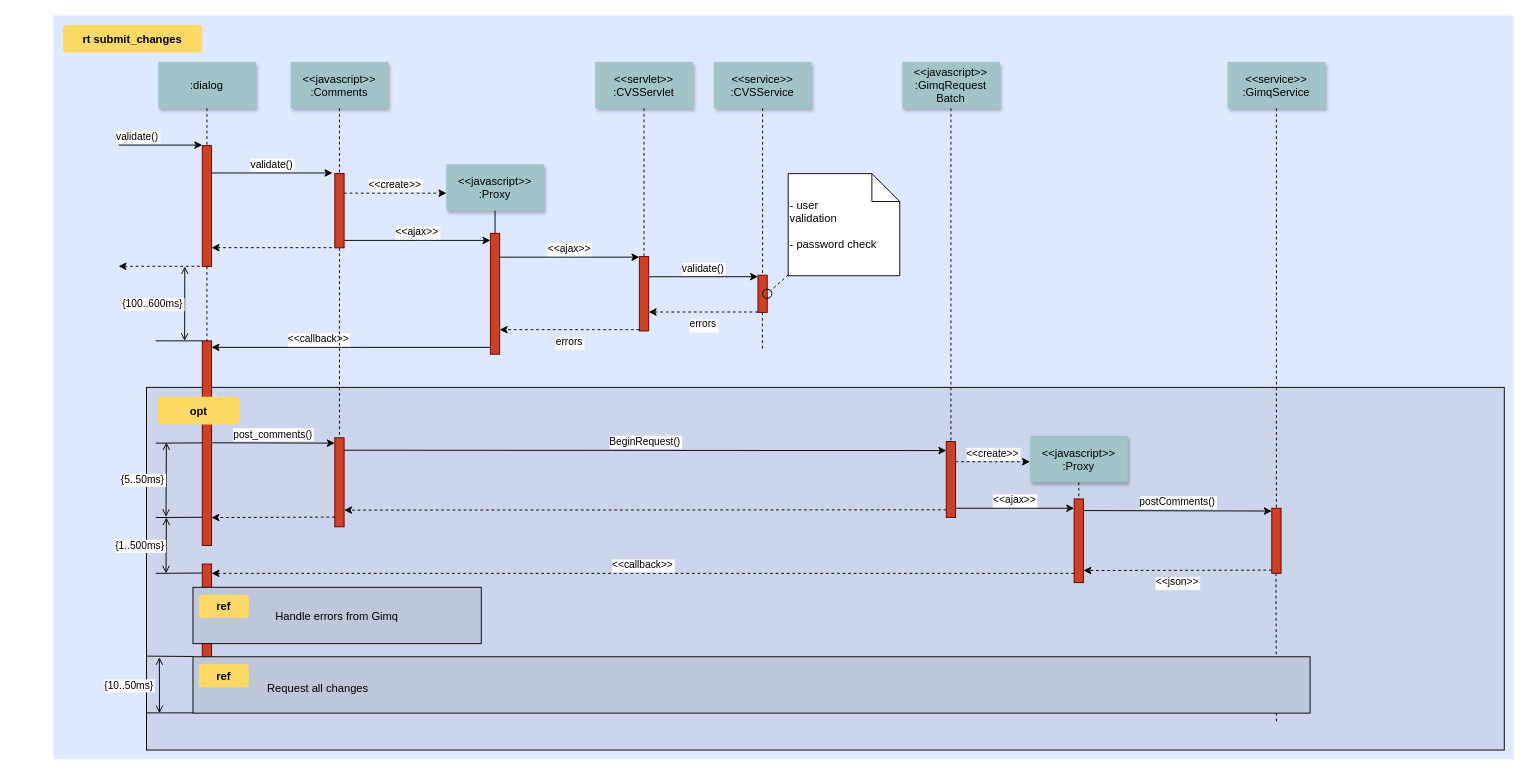
The draw.io diagram Cree.drawio in Sinclair-boop/admin_django, before the edit. Source tidied: cells renumbered, new cells numbered last; positions are measured from the earlier drawing's top-left corner, leaving out a move shared by most shapes. Both pictures are drawn from the tidied source at 93%, with x=0, y=0 at pixel (53, 15).
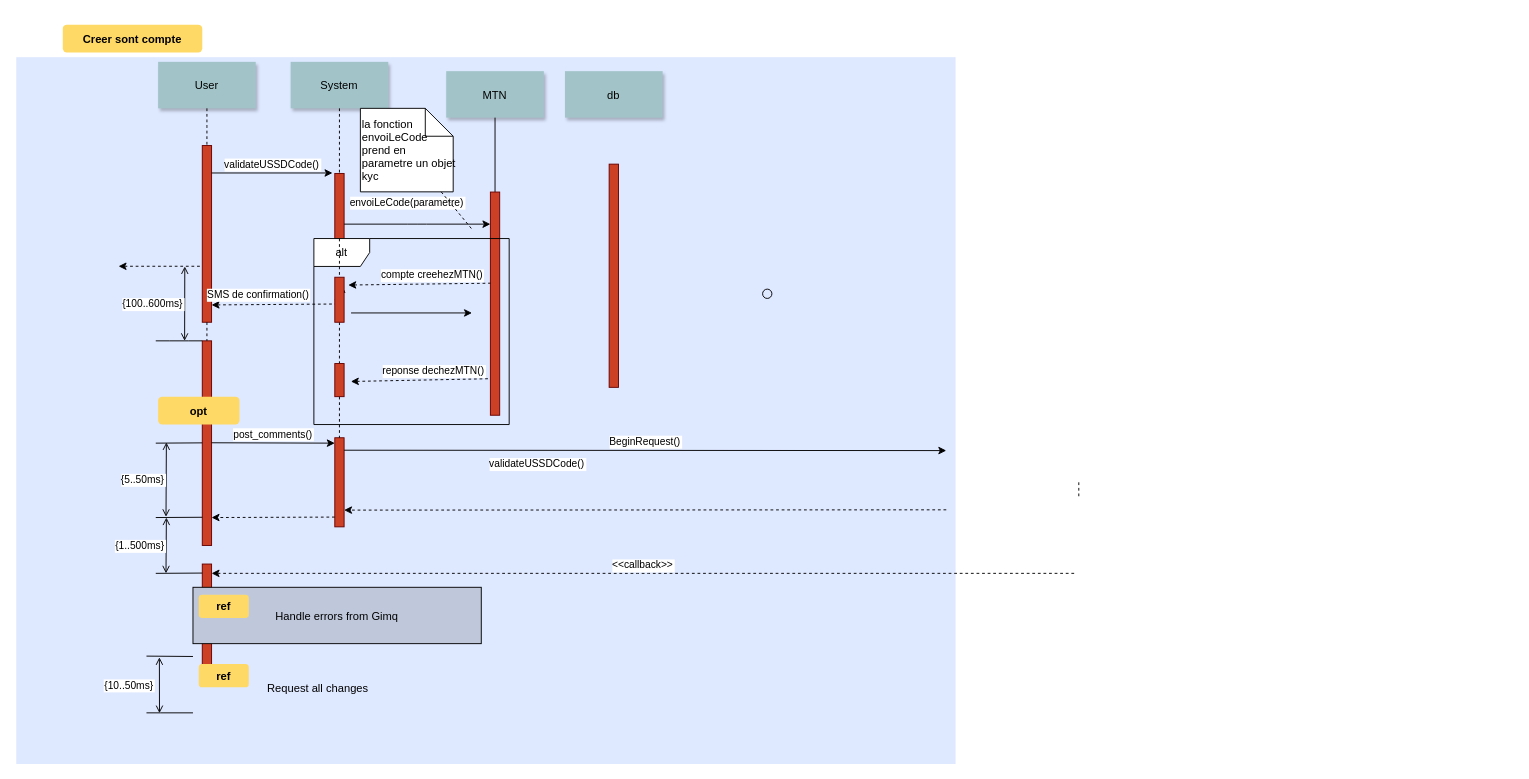
The same diagram, later.

The change refers to these unchanged cells:
```xml
<mxCell id="32" style="ellipse;fillColor=none;" parent="1" vertex="1">
  <mxGeometry x="762.5" y="294.4" width="10" height="10" as="geometry" />
</mxCell>
<mxCell id="35" style="fillColor=#CC4125;strokeColor=#660000;" parent="1" vertex="1">
  <mxGeometry x="160" y="350" width="10" height="220" as="geometry" />
</mxCell>
<mxCell id="40" style="fillColor=#CC4125;strokeColor=#660000;" parent="1" vertex="1">
  <mxGeometry x="302.5" y="454.2" width="10" height="95.8" as="geometry" />
</mxCell>
<mxCell id="57" style="fillColor=#CC4125;strokeColor=#660000;" parent="1" vertex="1">
  <mxGeometry x="160" y="590" width="10" height="130" as="geometry" />
</mxCell>
```

The edit, as a diff of the source:
```diff
@@
     <mxCell id="2" style="fillColor=#DEE8FF;strokeColor=none;" parent="1" vertex="1">
-      <mxGeometry width="1570" height="800" as="geometry" />
+      <mxGeometry x="-40" y="45" width="1010" height="760" as="geometry" />
     </mxCell>
-    <mxCell id="3" style="fillColor=#CCD5EB;" parent="1" vertex="1">
-      <mxGeometry x="100" y="400" width="1460" height="390" as="geometry" />
-    </mxCell>
-    <mxCell id="4" style="edgeStyle=elbowEdgeStyle;elbow=horizontal;endArrow=none;dashed=1;" parent="1" edge="1">
-      <mxGeometry x="1460" y="437.9" as="geometry">
-        <mxPoint x="1314.5" y="600" as="sourcePoint" />
-        <mxPoint x="1314.5" y="760" as="targetPoint" />
-      </mxGeometry>
-    </mxCell>
     <mxCell id="5" style="fillColor=#CC4125;strokeColor=#660000;" parent="1" vertex="1">
-      <mxGeometry x="160" y="140" width="10" height="130" as="geometry" />
+      <mxGeometry x="160" y="140" width="10" height="190" as="geometry" />
     </mxCell>
-    <mxCell id="6" value="validate()" style="edgeStyle=none;verticalLabelPosition=top;verticalAlign=bottom;labelPosition=left;align=right;" parent="1" edge="1">
-      <mxGeometry x="110" y="49.5" as="geometry">
-        <mxPoint x="70" y="139.5" as="sourcePoint" />
-        <mxPoint x="160" y="139.5" as="targetPoint" />
-      </mxGeometry>
-    </mxCell>
-    <mxCell id="7" value=":dialog" style="shadow=1;fillColor=#A2C4C9;strokeColor=none;" parent="1" vertex="1">
+    <mxCell id="7" value="User" style="shadow=1;fillColor=#A2C4C9;strokeColor=none;" parent="1" vertex="1">
       <mxGeometry x="112.5" y="50" width="105" height="50" as="geometry" />
     </mxCell>
     <mxCell id="8" style="fillColor=#CC4125;strokeColor=#660000;" parent="1" vertex="1">
-      <mxGeometry x="302.5" y="170" width="10" height="80" as="geometry" />
+      <mxGeometry x="302.5" y="170" width="10" height="70" as="geometry" />
     </mxCell>
-    <mxCell id="9" value="&lt;&lt;javascript&gt;&gt;&#10;:Comments" style="shadow=1;fillColor=#A2C4C9;strokeColor=none;" parent="1" vertex="1">
+    <mxCell id="9" value="System" style="shadow=1;fillColor=#A2C4C9;strokeColor=none;" parent="1" vertex="1">
       <mxGeometry x="255" y="50" width="105" height="50" as="geometry" />
     </mxCell>
@@
-    <mxCell id="11" value="validate()" style="edgeStyle=none;verticalLabelPosition=top;verticalAlign=bottom;" parent="1" edge="1">
+    <mxCell id="11" value="validateUSSDCode()" style="edgeStyle=none;verticalLabelPosition=top;verticalAlign=bottom;" parent="1" edge="1">
       <mxGeometry x="220" y="92" as="geometry">
         <mxPoint x="170" y="169.5" as="sourcePoint" />
         <mxPoint x="300" y="169.5" as="targetPoint" />
       </mxGeometry>
     </mxCell>
-    <mxCell id="12" style="edgeStyle=none;verticalLabelPosition=top;verticalAlign=bottom;endArrow=none;startArrow=classic;dashed=1;" parent="1" edge="1">
-      <mxGeometry x="220" y="172.3" as="geometry">
-        <mxPoint x="170" y="249.8" as="sourcePoint" />
-        <mxPoint x="300" y="249.8" as="targetPoint" />
-      </mxGeometry>
-    </mxCell>
@@
-    <mxCell id="14" value="&lt;&lt;create&gt;&gt;" style="edgeStyle=none;verticalLabelPosition=top;verticalAlign=bottom;dashed=1;" parent="1" edge="1">
-      <mxGeometry x="385.5" y="113.9" as="geometry">
-        <mxPoint x="312.5" y="191.2" as="sourcePoint" />
-        <mxPoint x="422.5" y="191.2" as="targetPoint" />
-      </mxGeometry>
-    </mxCell>
-    <mxCell id="15" value="&lt;&lt;javascript&gt;&gt;&#10;:Proxy" style="shadow=1;fillColor=#A2C4C9;strokeColor=none;" parent="1" vertex="1">
-      <mxGeometry x="422.3" y="160" width="105" height="50" as="geometry" />
+    <mxCell id="15" value="MTN" style="shadow=1;fillColor=#A2C4C9;strokeColor=none;" parent="1" vertex="1">
+      <mxGeometry x="422.3" y="60" width="105" height="50" as="geometry" />
     </mxCell>
@@
     <mxCell id="17" style="fillColor=#CC4125;strokeColor=#660000;" parent="1" vertex="1">
-      <mxGeometry x="469.8" y="234.4" width="10" height="130" as="geometry" />
+      <mxGeometry x="469.8" y="190" width="10" height="240" as="geometry" />
     </mxCell>
-    <mxCell id="18" value="&lt;&lt;ajax&gt;&gt;" style="edgeStyle=elbowEdgeStyle;elbow=vertical;verticalLabelPosition=top;verticalAlign=bottom;" parent="1" edge="1" source="8" target="17">
-      <mxGeometry x="350" y="290" as="geometry" />
+    <mxCell id="18" value="envoiLeCode(parametre)" style="edgeStyle=elbowEdgeStyle;elbow=horizontal;verticalLabelPosition=top;verticalAlign=bottom;" parent="1" edge="1">
+      <mxGeometry as="geometry">
+        <mxPoint x="312.5" y="224.5" as="sourcePoint" />
+        <mxPoint x="469.8" y="224.5" as="targetPoint" />
+        <mxPoint x="-11" y="-14" as="offset" />
+      </mxGeometry>
     </mxCell>
-    <mxCell id="19" style="fillColor=#CC4125;strokeColor=#660000;" parent="1" vertex="1">
-      <mxGeometry x="630" y="259.4" width="10" height="80" as="geometry" />
-    </mxCell>
-    <mxCell id="20" value="&lt;&lt;servlet&gt;&gt;&#10;:CVSServlet" style="shadow=1;fillColor=#A2C4C9;strokeColor=none;" parent="1" vertex="1">
-      <mxGeometry x="582.5" y="50" width="105" height="50" as="geometry" />
-    </mxCell>
-    <mxCell id="21" style="edgeStyle=none;endArrow=none;dashed=1;" parent="1" edge="1" source="20" target="19">
-      <mxGeometry x="614.5" y="175" as="geometry" />
-    </mxCell>
-    <mxCell id="22" value="&lt;&lt;service&gt;&gt;&#10;:CVSService" style="shadow=1;fillColor=#A2C4C9;strokeColor=none;" parent="1" vertex="1">
-      <mxGeometry x="710" y="50" width="105" height="50" as="geometry" />
-    </mxCell>
-    <mxCell id="23" style="edgeStyle=none;endArrow=none;dashed=1;" parent="1" edge="1" source="22" target="24">
-      <mxGeometry x="727.3" y="165" as="geometry" />
-    </mxCell>
-    <mxCell id="24" style="fillColor=#CC4125;strokeColor=#660000;" parent="1" vertex="1">
-      <mxGeometry x="757.5" y="279.4" width="10" height="40" as="geometry" />
-    </mxCell>
-    <mxCell id="25" value="&lt;&lt;ajax&gt;&gt;" style="edgeStyle=elbowEdgeStyle;elbow=vertical;verticalLabelPosition=top;verticalAlign=bottom;" parent="1" edge="1" source="17" target="19">
-      <mxGeometry x="540" y="270" as="geometry">
-        <Array as="points">
-          <mxPoint x="550" y="260" />
-        </Array>
-      </mxGeometry>
-    </mxCell>
-    <mxCell id="26" value="errors" style="edgeStyle=elbowEdgeStyle;elbow=vertical;dashed=1;verticalLabelPosition=bottom;verticalAlign=top;" parent="1" edge="1" source="19" target="17">
-      <mxGeometry x="550" y="280" as="geometry">
-        <Array as="points">
-          <mxPoint x="553" y="338" />
-        </Array>
-      </mxGeometry>
-    </mxCell>
-    <mxCell id="27" value="&lt;&lt;javascript&gt;&gt;&#10;:GimqRequest&#10;Batch" style="shadow=1;fillColor=#A2C4C9;strokeColor=none;" parent="1" vertex="1">
-      <mxGeometry x="912.5" y="50" width="105" height="50" as="geometry" />
-    </mxCell>
@@
-    <mxCell id="29" value="validate()" style="edgeStyle=elbowEdgeStyle;elbow=vertical;verticalLabelPosition=top;verticalAlign=bottom;" parent="1" edge="1">
-      <mxGeometry x="550" y="261.7" as="geometry">
-        <mxPoint x="640" y="281.1" as="sourcePoint" />
-        <mxPoint x="757.5" y="281.1" as="targetPoint" />
-      </mxGeometry>
-    </mxCell>
-    <mxCell id="30" value="errors" style="edgeStyle=elbowEdgeStyle;elbow=vertical;dashed=1;verticalLabelPosition=bottom;verticalAlign=top;" parent="1" edge="1">
-      <mxGeometry x="560" y="309.7" as="geometry">
-        <mxPoint x="757.5" y="319" as="sourcePoint" />
-        <mxPoint x="640" y="319" as="targetPoint" />
-      </mxGeometry>
-    </mxCell>
-    <mxCell id="31" style="edgeStyle=elbowEdgeStyle;elbow=horizontal;endArrow=none;dashed=1;" parent="1" edge="1">
-      <mxGeometry x="932.3" y="240" as="geometry">
-        <mxPoint x="762.3" y="319.4" as="sourcePoint" />
-        <mxPoint x="762.3" y="360" as="targetPoint" />
-        <Array as="points">
-          <mxPoint x="762.3" y="340" />
-        </Array>
-      </mxGeometry>
-    </mxCell>
@@
-    <mxCell id="33" value=" - user&#10; validation&#10;&#10; - password check" style="shape=note;align=left;" parent="1" vertex="1">
-      <mxGeometry x="790" y="170.2" width="120" height="109.8" as="geometry" />
+    <mxCell id="33" value="la fonction &#10;envoiLeCode&#10;prend en &#10;parametre un objet &#10;kyc " style="shape=note;align=left;" parent="1" vertex="1">
+      <mxGeometry x="330" y="100" width="99.8" height="89.8" as="geometry" />
     </mxCell>
-    <mxCell id="34" style="edgeStyle=none;endArrow=none;dashed=1;" parent="1" edge="1" source="33" target="32">
-      <mxGeometry x="1030" y="180" as="geometry" />
+    <mxCell id="34" style="edgeStyle=none;endArrow=none;dashed=1;" parent="1" edge="1" source="33">
+      <mxGeometry x="1030" y="180" as="geometry">
+        <mxPoint x="450" y="230" as="targetPoint" />
+      </mxGeometry>
     </mxCell>
@@
-    <mxCell id="36" value="             &lt;&lt;callback&gt;&gt;                                " style="edgeStyle=elbowEdgeStyle;elbow=vertical;dashed=0;verticalLabelPosition=top;verticalAlign=bottom;align=right;" parent="1" edge="1" source="17" target="35">
-      <mxGeometry x="190" y="329.8" as="geometry" />
-    </mxCell>
@@
-    <mxCell id="41" style="fillColor=#CC4125;strokeColor=#660000;" parent="1" vertex="1">
-      <mxGeometry x="960" y="458.3" width="10" height="81.7" as="geometry" />
-    </mxCell>
-    <mxCell id="42" style="edgeStyle=none;endArrow=none;dashed=1;" parent="1" edge="1" source="27" target="41">
-      <mxGeometry x="956.6" y="205" as="geometry" />
-    </mxCell>
@@
-    <mxCell id="44" style="edgeStyle=none;endArrow=none;dashed=1;" parent="1" edge="1" source="8" target="40">
+    <mxCell id="44" style="edgeStyle=none;endArrow=none;dashed=1;" parent="1" edge="1" source="82" target="40">
       <mxGeometry x="376.6" y="339.7" as="geometry" />
     </mxCell>
@@
-    <mxCell id="47" value="&lt;&lt;javascript&gt;&gt;&#10;:Proxy" style="shadow=1;fillColor=#A2C4C9;strokeColor=none;" parent="1" vertex="1">
-      <mxGeometry x="1050" y="452.1" width="105" height="50" as="geometry" />
-    </mxCell>
-    <mxCell id="48" style="edgeStyle=none;endArrow=none;dashed=1;" parent="1" edge="1" source="47" target="49">
-      <mxGeometry x="1204.1" y="380.1" as="geometry" />
+    <mxCell id="48" style="edgeStyle=none;endArrow=none;dashed=1;" parent="1" edge="1">
+      <mxGeometry x="1204.1" y="380.1" as="geometry">
+        <mxPoint x="1102.5" y="502.1" as="sourcePoint" />
+        <mxPoint x="1102.5" y="520" as="targetPoint" />
+      </mxGeometry>
     </mxCell>
-    <mxCell id="49" style="fillColor=#CC4125;strokeColor=#660000;" parent="1" vertex="1">
-      <mxGeometry x="1097.5" y="520" width="10" height="90" as="geometry" />
-    </mxCell>
-    <mxCell id="50" style="fillColor=#CC4125;strokeColor=#660000;" parent="1" vertex="1">
-      <mxGeometry x="1310" y="530" width="10" height="70" as="geometry" />
-    </mxCell>
-    <mxCell id="51" value="&lt;&lt;create&gt;&gt;" style="edgeStyle=elbowEdgeStyle;elbow=vertical;verticalLabelPosition=top;verticalAlign=bottom;dashed=1;" parent="1" edge="1" source="41" target="47">
-      <mxGeometry x="901.2" y="322.5" as="geometry" />
-    </mxCell>
-    <mxCell id="52" value="&lt;&lt;ajax&gt;&gt;" style="edgeStyle=elbowEdgeStyle;elbow=vertical;verticalLabelPosition=top;verticalAlign=bottom;" parent="1" edge="1" source="41" target="49">
-      <mxGeometry x="1065" y="359.5" as="geometry" />
-    </mxCell>
-    <mxCell id="53" value="postComments()" style="edgeStyle=elbowEdgeStyle;elbow=vertical;verticalLabelPosition=top;verticalAlign=bottom;" parent="1" edge="1">
-      <mxGeometry x="1225" y="309.5" as="geometry">
-        <mxPoint x="1107.5" y="532.5" as="sourcePoint" />
-        <mxPoint x="1310" y="532.5" as="targetPoint" />
-      </mxGeometry>
-    </mxCell>
-    <mxCell id="54" value="&lt;&lt;json&gt;&gt;" style="edgeStyle=elbowEdgeStyle;elbow=vertical;dashed=1;verticalLabelPosition=bottom;verticalAlign=top;" parent="1" edge="1">
-      <mxGeometry x="1075" y="396" as="geometry">
-        <mxPoint x="1310" y="596.5" as="sourcePoint" />
-        <mxPoint x="1107.5" y="596.5" as="targetPoint" />
-      </mxGeometry>
-    </mxCell>
-    <mxCell id="55" value="&lt;&lt;service&gt;&gt;&#10;:GimqService" style="shadow=1;fillColor=#A2C4C9;strokeColor=none;" parent="1" vertex="1">
-      <mxGeometry x="1262.5" y="50" width="105" height="50" as="geometry" />
-    </mxCell>
-    <mxCell id="56" style="edgeStyle=none;endArrow=none;dashed=1;" parent="1" edge="1" source="55" target="50">
-      <mxGeometry x="1174.1" y="210" as="geometry" />
-    </mxCell>
@@
-    <mxCell id="59" value="&lt;&lt;callback&gt;&gt;" style="edgeStyle=elbowEdgeStyle;elbow=vertical;dashed=1;verticalLabelPosition=bottom;verticalAlign=bottom;" parent="1" edge="1" source="49" target="57">
-      <mxGeometry x="540" y="559.1" as="geometry" />
+    <mxCell id="59" value="&lt;&lt;callback&gt;&gt;" style="edgeStyle=elbowEdgeStyle;elbow=vertical;dashed=1;verticalLabelPosition=bottom;verticalAlign=bottom;" parent="1" edge="1" target="57">
+      <mxGeometry x="540" y="559.1" as="geometry">
+        <mxPoint x="1097.5" y="600" as="sourcePoint" />
+      </mxGeometry>
     </mxCell>
-    <mxCell id="60" value="rt submit_changes" style="rounded=1;fontStyle=1;fillColor=#FFD966;strokeColor=none;" parent="1" vertex="1">
+    <mxCell id="60" value="Creer sont compte" style="rounded=1;fontStyle=1;fillColor=#FFD966;strokeColor=none;" parent="1" vertex="1">
       <mxGeometry x="10" y="10" width="150" height="30" as="geometry" />
     </mxCell>
@@
-    <mxCell id="64" style="align=left;fillColor=#BFC8DB;" parent="1" vertex="1">
-      <mxGeometry x="150" y="689.7" width="1201.2" height="60.6" as="geometry" />
-    </mxCell>
@@
+    <mxCell id="75" value="db" style="shadow=1;fillColor=#A2C4C9;strokeColor=none;" parent="1" vertex="1">
+      <mxGeometry x="550" y="60" width="105" height="50" as="geometry" />
+    </mxCell>
+    <mxCell id="76" value="compte creehezMTN()" style="edgeStyle=none;verticalLabelPosition=top;verticalAlign=bottom;endArrow=none;startArrow=classic;dashed=1;exitX=1.7;exitY=0.298;exitDx=0;exitDy=0;entryX=0;entryY=0.75;entryDx=0;entryDy=0;exitPerimeter=0;" parent="1" edge="1">
+      <mxGeometry as="geometry">
+        <mxPoint x="317" y="290" as="sourcePoint" />
+        <mxPoint x="469.8" y="288" as="targetPoint" />
+        <mxPoint x="14" y="-1" as="offset" />
+      </mxGeometry>
+    </mxCell>
+    <mxCell id="77" value="alt" style="shape=umlFrame;whiteSpace=wrap;html=1;" parent="1" vertex="1">
+      <mxGeometry x="280" y="240" width="210" height="200" as="geometry" />
+    </mxCell>
+    <mxCell id="78" value="reponse dechezMTN()" style="edgeStyle=none;verticalLabelPosition=top;verticalAlign=bottom;endArrow=none;startArrow=classic;dashed=1;entryX=0;entryY=0.75;entryDx=0;entryDy=0;" parent="1" edge="1">
+      <mxGeometry as="geometry">
+        <mxPoint x="319.8" y="393.7" as="sourcePoint" />
+        <mxPoint x="469.8" y="390.7" as="targetPoint" />
+        <mxPoint x="14" y="-1" as="offset" />
+      </mxGeometry>
+    </mxCell>
+    <mxCell id="79" style="edgeStyle=orthogonalEdgeStyle;rounded=0;jettySize=auto;html=1;exitX=0;exitY=0.5;exitDx=0;exitDy=0;" parent="1" edge="1" source="84">
+      <mxGeometry relative="1" as="geometry">
+        <mxPoint x="310" y="290" as="targetPoint" />
+      </mxGeometry>
+    </mxCell>
+    <mxCell id="80" value="SMS de confirmation()" style="edgeStyle=none;verticalLabelPosition=top;verticalAlign=bottom;endArrow=none;startArrow=classic;dashed=1;entryX=0;entryY=0.75;entryDx=0;entryDy=0;" parent="1" edge="1">
+      <mxGeometry as="geometry">
+        <mxPoint x="170" y="311.4" as="sourcePoint" />
+        <mxPoint x="302.8" y="310.4" as="targetPoint" />
+        <mxPoint x="-16" y="-1" as="offset" />
+      </mxGeometry>
+    </mxCell>
+    <mxCell id="81" style="edgeStyle=none;endArrow=none;dashed=1;" parent="1" edge="1" source="84" target="82">
+      <mxGeometry x="376.6" y="339.7" as="geometry" />
+    </mxCell>
+    <mxCell id="82" style="fillColor=#CC4125;strokeColor=#660000;" parent="1" vertex="1">
+      <mxGeometry x="302.5" y="374.4" width="10" height="35.6" as="geometry" />
+    </mxCell>
+    <mxCell id="83" style="edgeStyle=none;endArrow=none;dashed=1;" parent="1" edge="1" source="8" target="84">
+      <mxGeometry x="376.6" y="339.7" as="geometry" />
+    </mxCell>
+    <mxCell id="84" style="fillColor=#CC4125;strokeColor=#660000;" parent="1" vertex="1">
+      <mxGeometry x="302.5" y="281.6" width="10" height="48.4" as="geometry" />
+    </mxCell>
+    <mxCell id="85" value="validateUSSDCode()" style="edgeStyle=none;verticalLabelPosition=top;verticalAlign=bottom;" parent="1" edge="1">
+      <mxGeometry as="geometry">
+        <mxPoint x="320" y="320" as="sourcePoint" />
+        <mxPoint x="450" y="320" as="targetPoint" />
+        <mxPoint x="135" y="171" as="offset" />
+      </mxGeometry>
+    </mxCell>
+    <mxCell id="86" style="fillColor=#CC4125;strokeColor=#660000;" parent="1" vertex="1">
+      <mxGeometry x="597.5" y="160" width="10" height="240" as="geometry" />
+    </mxCell>
```
